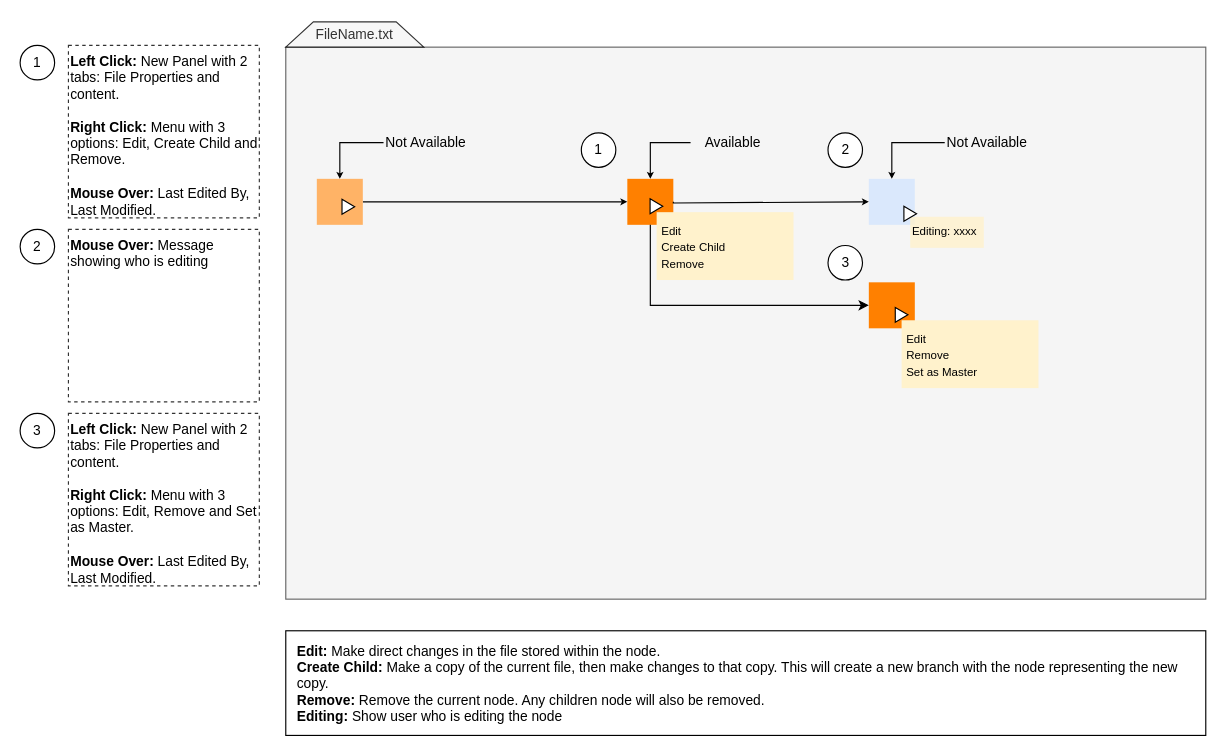
This is wireframe.drawio from alex-fok/visual_git_old, a draw.io file, before an edit. Source tidied: cells renumbered, new cells numbered last; positions are measured from the earlier drawing's top-left corner, leaving out a move shared by most shapes. Both pictures are drawn from the tidied source at 115%, with x=0, y=0 at pixel (20, 22).
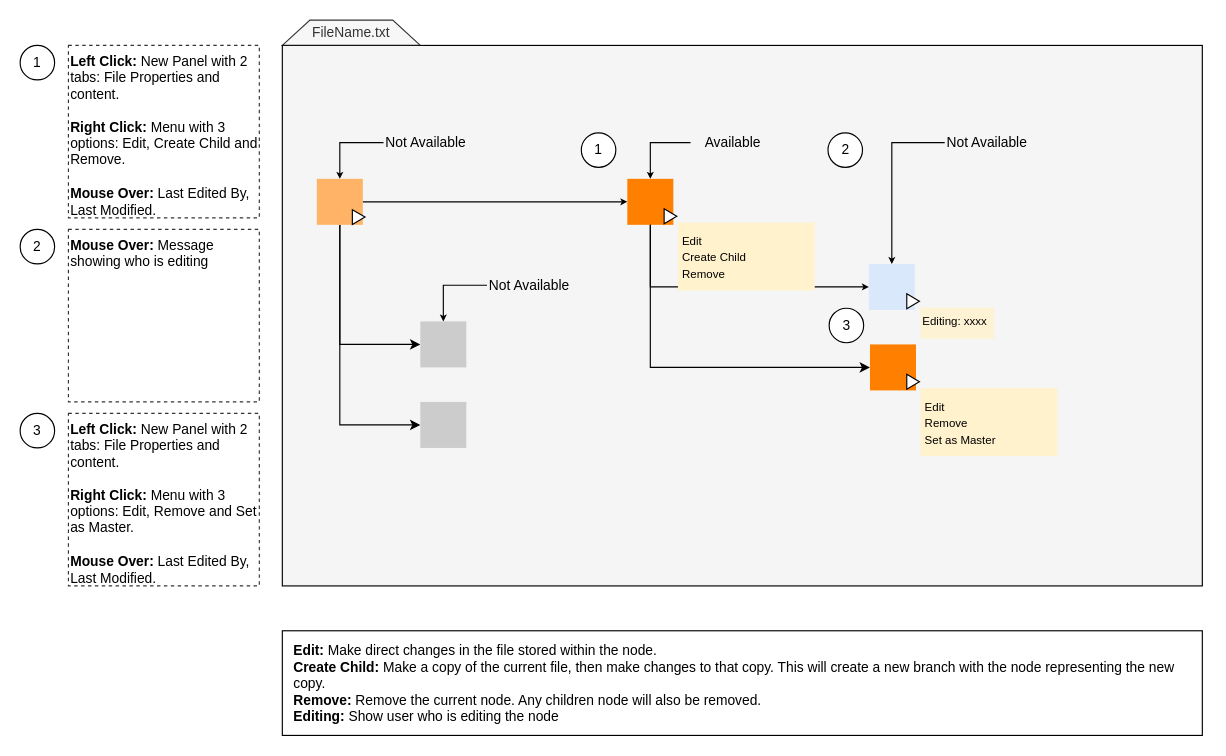
Above is the later version.

Commit message:
Edited wireframe for FileSpace

The change refers to these unchanged cells:
```xml
<mxCell id="3" style="rounded=0;whiteSpace=wrap;html=1;strokeColor=none;fillColor=#FF8000;" parent="1" vertex="1">
  <mxGeometry x="528" y="136" width="40" height="40" as="geometry" />
</mxCell>
<mxCell id="18" style="rounded=0;whiteSpace=wrap;html=1;strokeColor=none;fillColor=#FFB366;" parent="1" vertex="1">
  <mxGeometry x="258" y="136" width="40" height="40" as="geometry" />
</mxCell>
```

Diff of the diagram source:
```diff
@@
-    <mxCell id="2" style="rounded=0;whiteSpace=wrap;html=1;fillColor=#f5f5f5;strokeColor=#666666;fontColor=#333333;" parent="1" vertex="1">
-      <mxGeometry x="231" y="21.5" width="800" height="480" as="geometry" />
-    </mxCell>
+    <mxCell id="34" style="rounded=0;whiteSpace=wrap;html=1;fillColor=#f5f5f5;strokeColor=#000000;fontColor=#333333;" parent="1" vertex="1">
+      <mxGeometry x="228" y="20" width="800" height="470" as="geometry" />
+    </mxCell>
@@
     <mxCell id="4" style="rounded=0;whiteSpace=wrap;html=1;strokeColor=none;fillColor=#dae8fc;" parent="1" vertex="1">
-      <mxGeometry x="738" y="136" width="40" height="40" as="geometry" />
+      <mxGeometry x="738" y="210" width="40" height="40" as="geometry" />
     </mxCell>
-    <mxCell id="5" style="edgeStyle=orthogonalEdgeStyle;rounded=0;jettySize=auto;html=1;exitX=1;exitY=0.5;exitDx=0;exitDy=0;endSize=3;startSize=3;entryX=0;entryY=0.5;entryDx=0;entryDy=0;" parent="1" edge="1" source="3" target="4">
+    <mxCell id="5" style="edgeStyle=orthogonalEdgeStyle;rounded=0;jettySize=auto;html=1;exitX=0.5;exitY=1;exitDx=0;exitDy=0;endSize=3;startSize=3;entryX=0;entryY=0.5;entryDx=0;entryDy=0;" parent="1" edge="1" source="3" target="4">
       <mxGeometry relative="1" as="geometry">
         <Array as="points">
-          <mxPoint x="568" y="157" />
-          <mxPoint x="738" y="157" />
+          <mxPoint x="548" y="230" />
         </Array>
       </mxGeometry>
     </mxCell>
     <mxCell id="6" style="triangle;whiteSpace=wrap;html=1;" parent="1" vertex="1">
-      <mxGeometry x="547.8" y="153.3" width="11" height="13" as="geometry" />
+      <mxGeometry x="560" y="162" width="11" height="13" as="geometry" />
     </mxCell>
@@
     <mxCell id="9" value="&lt;font style=&quot;font-size: 10px&quot;&gt;Editing: xxxx&lt;br&gt;&lt;br&gt;&lt;/font&gt;" style="rounded=0;whiteSpace=wrap;html=1;align=left;strokeColor=none;fillColor=#fff2cc;fontSize=6;opacity=80;verticalAlign=top;" parent="1" vertex="1">
-      <mxGeometry x="774" y="169" width="64" height="27" as="geometry" />
+      <mxGeometry x="783" y="248" width="64" height="27" as="geometry" />
     </mxCell>
     <mxCell id="10" style="triangle;whiteSpace=wrap;html=1;" parent="1" vertex="1">
-      <mxGeometry x="768.5" y="159.8" width="11" height="13" as="geometry" />
+      <mxGeometry x="771" y="236" width="11" height="13" as="geometry" />
     </mxCell>
     <mxCell id="11" style="rounded=0;whiteSpace=wrap;html=1;strokeColor=none;fillColor=#FF8000;" parent="1" vertex="1">
-      <mxGeometry x="738" y="226" width="40" height="40" as="geometry" />
+      <mxGeometry x="739" y="280" width="40" height="40" as="geometry" />
     </mxCell>
-    <mxCell id="12" style="edgeStyle=orthogonalEdgeStyle;rounded=0;jettySize=auto;html=1;exitX=0.5;exitY=1;exitDx=0;exitDy=0;entryX=0;entryY=0.5;entryDx=0;entryDy=0;fontSize=6;" parent="1" edge="1" source="3" target="11">
-      <mxGeometry relative="1" as="geometry" />
+    <mxCell id="12" style="edgeStyle=orthogonalEdgeStyle;rounded=0;jettySize=auto;html=1;entryX=0;entryY=0.5;entryDx=0;entryDy=0;fontSize=6;exitX=0.5;exitY=1;exitDx=0;exitDy=0;" parent="1" edge="1" source="3" target="11">
+      <mxGeometry relative="1" as="geometry">
+        <Array as="points">
+          <mxPoint x="548" y="300" />
+        </Array>
+      </mxGeometry>
     </mxCell>
@@
+    <mxCell id="35" style="edgeStyle=orthogonalEdgeStyle;rounded=0;jettySize=auto;html=1;exitX=0.5;exitY=1;exitDx=0;exitDy=0;entryX=0;entryY=0.5;entryDx=0;entryDy=0;" parent="1" edge="1" source="18" target="37">
+      <mxGeometry relative="1" as="geometry" />
+    </mxCell>
+    <mxCell id="36" style="edgeStyle=orthogonalEdgeStyle;rounded=0;jettySize=auto;html=1;exitX=0.5;exitY=1;exitDx=0;exitDy=0;entryX=0;entryY=0.5;entryDx=0;entryDy=0;" parent="1" edge="1" source="18" target="38">
+      <mxGeometry relative="1" as="geometry" />
+    </mxCell>
@@
     <mxCell id="19" style="triangle;whiteSpace=wrap;html=1;" parent="1" vertex="1">
-      <mxGeometry x="279.9" y="153.8" width="11" height="13" as="geometry" />
+      <mxGeometry x="288.9" y="162.8" width="11" height="13" as="geometry" />
     </mxCell>
@@
     <mxCell id="22" value="&lt;font style=&quot;font-size: 10px ; line-height: 120%&quot;&gt;Edit&lt;br&gt;Remove&lt;br&gt;Set as Master&lt;br&gt;&lt;/font&gt;" style="rounded=0;whiteSpace=wrap;html=1;align=left;strokeColor=none;verticalAlign=middle;spacing=2;labelPosition=center;verticalLabelPosition=middle;textDirection=ltr;fillColor=#fff2cc;spacingLeft=2;" parent="1" vertex="1">
-      <mxGeometry x="766.5" y="259" width="119" height="59" as="geometry" />
+      <mxGeometry x="783" y="318" width="119" height="59" as="geometry" />
     </mxCell>
     <mxCell id="23" value="3" style="ellipse;whiteSpace=wrap;html=1;fillColor=#ffffff;fontSize=12;align=center;" parent="1" vertex="1">
-      <mxGeometry x="702.5" y="194" width="30" height="30" as="geometry" />
+      <mxGeometry x="703.5" y="248.5" width="30" height="30" as="geometry" />
     </mxCell>
     <mxCell id="24" style="triangle;whiteSpace=wrap;html=1;" parent="1" vertex="1">
-      <mxGeometry x="761" y="247.8" width="11" height="13" as="geometry" />
+      <mxGeometry x="771" y="306" width="11" height="13" as="geometry" />
     </mxCell>
     <mxCell id="25" value="&lt;font style=&quot;font-size: 12px&quot;&gt;FileName.txt&lt;/font&gt;" style="shape=trapezoid;perimeter=trapezoidPerimeter;whiteSpace=wrap;html=1;strokeColor=#000000;fillColor=#f5f5f5;fontSize=6;opacity=80;align=center;fontColor=#333333;" parent="1" vertex="1">
-      <mxGeometry x="231" y="-0.5" width="120" height="22" as="geometry" />
+      <mxGeometry x="228" y="-2" width="120" height="22" as="geometry" />
     </mxCell>
     <mxCell id="26" value="&lt;font style=&quot;font-size: 10px ; line-height: 120%&quot;&gt;Edit&lt;br&gt;Create Child&lt;br&gt;Remove&lt;br&gt;&lt;/font&gt;" style="rounded=0;whiteSpace=wrap;html=1;align=left;strokeColor=none;verticalAlign=middle;spacing=2;labelPosition=center;verticalLabelPosition=middle;textDirection=ltr;fillColor=#fff2cc;spacingLeft=2;" parent="1" vertex="1">
-      <mxGeometry x="553.5" y="165" width="119" height="59" as="geometry" />
+      <mxGeometry x="572" y="174" width="119" height="59" as="geometry" />
     </mxCell>
@@
     <mxCell id="33" value="&lt;b&gt;Edit:&lt;/b&gt;&amp;nbsp;Make direct changes in the file stored within the node.&lt;br&gt;&lt;b&gt;Create Child:&lt;/b&gt;&amp;nbsp;Make a copy of the current file, then make changes to that copy. This will create a new branch with the node representing the new copy.&lt;br&gt;&lt;b&gt;Remove:&lt;/b&gt;&amp;nbsp;Remove the current node. Any children node will also be removed.&lt;br&gt;&lt;b&gt;Editing: &lt;/b&gt;Show user who is editing the node" style="rounded=0;whiteSpace=wrap;html=1;fontSize=12;align=left;spacingTop=0;spacing=10;" parent="1" vertex="1">
-      <mxGeometry x="231" y="529" width="800" height="91" as="geometry" />
+      <mxGeometry x="228" y="529" width="800" height="91" as="geometry" />
     </mxCell>
+    <mxCell id="37" style="rounded=0;whiteSpace=wrap;html=1;strokeColor=none;fillColor=#CCCCCC;fontColor=#333333;" parent="1" vertex="1">
+      <mxGeometry x="348" y="260" width="40" height="40" as="geometry" />
+    </mxCell>
+    <mxCell id="38" style="rounded=0;whiteSpace=wrap;html=1;strokeColor=none;fillColor=#CCCCCC;fontColor=#333333;" parent="1" vertex="1">
+      <mxGeometry x="348" y="330" width="40" height="40" as="geometry" />
+    </mxCell>
+    <mxCell id="39" style="edgeStyle=orthogonalEdgeStyle;rounded=0;jettySize=auto;html=1;exitX=0;exitY=0.5;exitDx=0;exitDy=0;entryX=0.5;entryY=0;entryDx=0;entryDy=0;fontSize=6;endSize=3;startSize=3;" parent="1" edge="1" source="40" target="37">
+      <mxGeometry relative="1" as="geometry" />
+    </mxCell>
+    <mxCell id="40" value="Not Available" style="text;html=1;strokeColor=none;fillColor=none;align=center;verticalAlign=middle;whiteSpace=wrap;rounded=0;fontSize=12;opacity=80;dashed=1;dashPattern=1 4;" parent="1" vertex="1">
+      <mxGeometry x="406" y="220" width="74" height="17" as="geometry" />
+    </mxCell>
```
